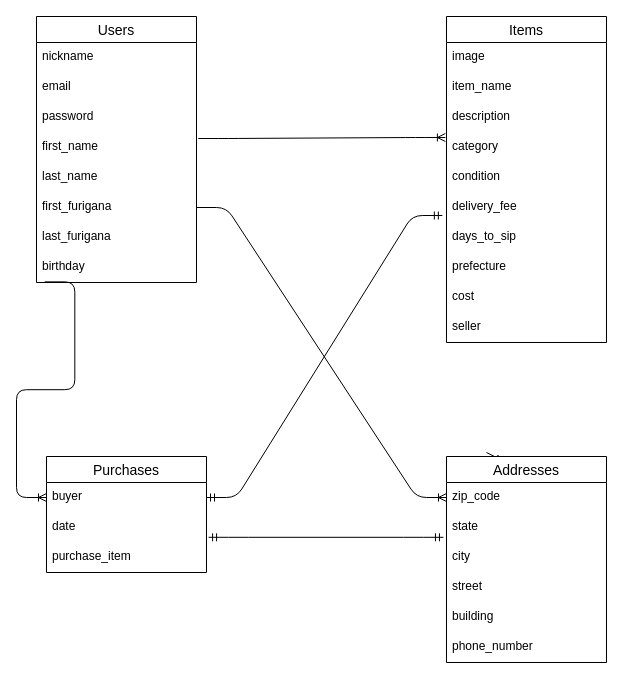
Earlier version of the draw.io diagram config/.dio (purinm/furima-32005). Source tidied: cells renumbered, new cells numbered last; positions are measured from the earlier drawing's top-left corner, leaving out a move shared by most shapes. Both pictures are drawn from the tidied source at 100%, with x=0, y=0 at pixel (36, 16).
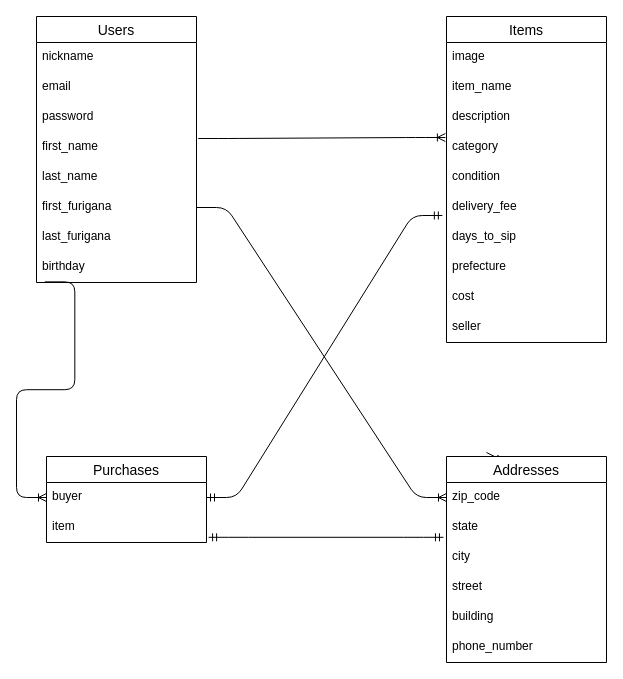
After the change.

Commit message (it also covers changes not shown here):
データベース設計修正

Unchanged cells that the change refers to:
```xml
<mxCell id="33" value="state" style="text;strokeColor=none;fillColor=none;spacingLeft=4;spacingRight=4;overflow=hidden;points=[[0,0.5],[1,0.5]];portConstraint=eastwest;fontSize=12;" parent="31" vertex="1">
  <mxGeometry y="56" width="160" height="30" as="geometry" />
</mxCell>
```

What changed in the source:
```diff
@@
     <mxCell id="23" value="Purchases" style="swimlane;fontStyle=0;horizontal=1;startSize=26;align=center;fontSize=14;" parent="1" vertex="1">
-      <mxGeometry x="10" y="440" width="160" height="116" as="geometry" />
+      <mxGeometry x="10" y="440" width="160" height="86" as="geometry" />
     </mxCell>
@@
-    <mxCell id="25" value="date" style="text;strokeColor=none;fillColor=none;spacingLeft=4;spacingRight=4;overflow=hidden;points=[[0,0.5],[1,0.5]];portConstraint=eastwest;fontSize=12;" parent="23" vertex="1">
-      <mxGeometry y="56" width="160" height="30" as="geometry" />
-    </mxCell>
-    <mxCell id="26" value="purchase_item" style="text;strokeColor=none;fillColor=none;spacingLeft=4;spacingRight=4;overflow=hidden;fontSize=12;" parent="23" vertex="1">
-      <mxGeometry y="86" width="160" height="30" as="geometry" />
+    <mxCell id="26" value="item" style="text;strokeColor=none;fillColor=none;spacingLeft=4;spacingRight=4;overflow=hidden;fontSize=12;" parent="23" vertex="1">
+      <mxGeometry y="56" width="160" height="30" as="geometry" />
     </mxCell>
@@
-    <mxCell id="29" style="edgeStyle=entityRelationEdgeStyle;fontSize=12;html=1;endArrow=ERmandOne;startArrow=ERmandOne;exitX=1.013;exitY=0.827;exitDx=0;exitDy=0;exitPerimeter=0;entryX=-0.019;entryY=0.827;entryDx=0;entryDy=0;entryPerimeter=0;" parent="1" edge="1" source="25" target="33">
-      <mxGeometry relative="1" as="geometry" />
+    <mxCell id="29" style="edgeStyle=entityRelationEdgeStyle;fontSize=12;html=1;endArrow=ERmandOne;startArrow=ERmandOne;exitX=1.013;exitY=0.827;exitDx=0;exitDy=0;exitPerimeter=0;entryX=-0.019;entryY=0.827;entryDx=0;entryDy=0;entryPerimeter=0;" parent="1" edge="1" target="33">
+      <mxGeometry relative="1" as="geometry">
+        <mxPoint x="172.1" y="520.8" as="sourcePoint" />
+      </mxGeometry>
     </mxCell>
```
